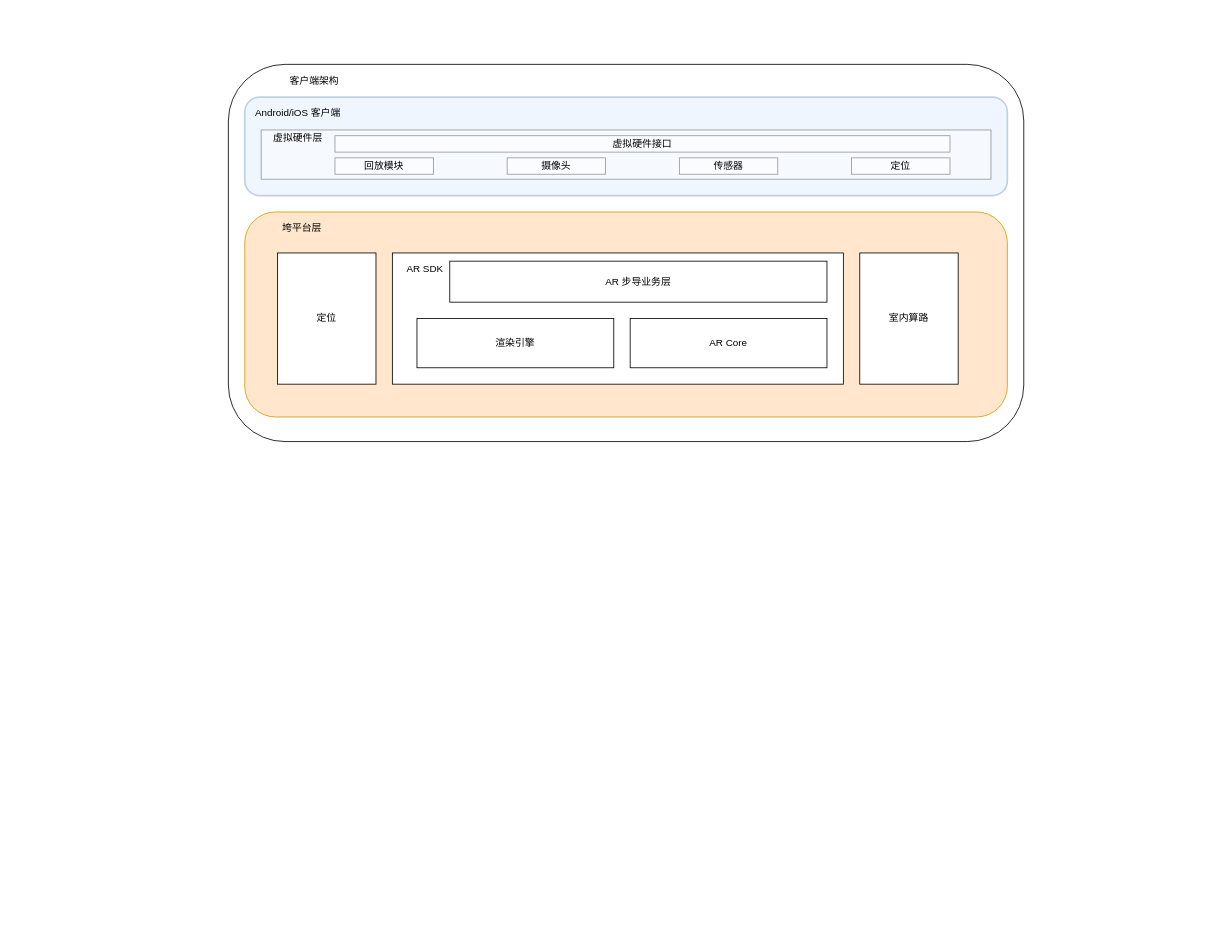
Above: page "Page-1" (1 of 2) of AR 客户端架构.drawio in wangziji/graphics (draw.io), before the change. Source tidied: cells renumbered, new cells numbered last; positions are measured from the earlier drawing's top-left corner, leaving out a move shared by most shapes. Both pictures are drawn from the tidied source at 82%, with x=0, y=0 at pixel (220, 64).
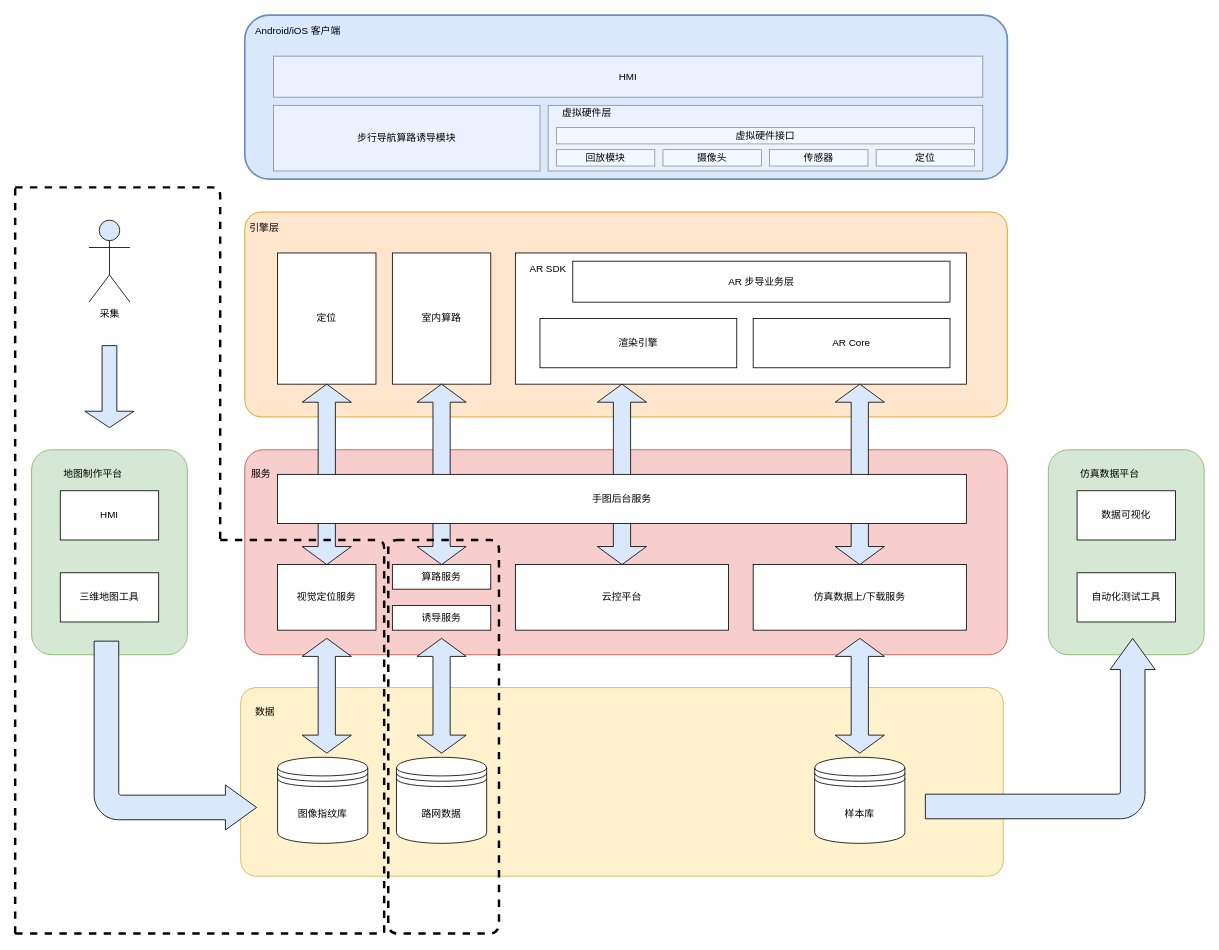
Above is the later version.

Commit message:
Update AR 客户端架构.drawio

What changed in the source:
```diff
@@
-    <mxCell id="2" style="rounded=1;whiteSpace=wrap;html=1;" parent="1" vertex="1">
-      <mxGeometry x="10" width="970" height="460" as="geometry" />
-    </mxCell>
-    <mxCell id="3" style="rounded=1;whiteSpace=wrap;html=1;strokeWidth=2;opacity=40;fillColor=#dae8fc;strokeColor=#6c8ebf;" parent="1" vertex="1">
-      <mxGeometry x="30" y="40" width="930" height="120" as="geometry" />
-    </mxCell>
-    <mxCell id="4" style="rounded=1;whiteSpace=wrap;html=1;fillColor=#ffe6cc;strokeColor=#d79b00;" parent="1" vertex="1">
+    <mxCell id="4" style="rounded=1;whiteSpace=wrap;html=1;fillColor=#ffe6cc;strokeColor=#d79b00;arcSize=8;" parent="1" vertex="1">
       <mxGeometry x="30" y="180" width="930" height="250" as="geometry" />
     </mxCell>
+    <mxCell id="10" value="定位" style="rounded=0;whiteSpace=wrap;html=1;" parent="1" vertex="1">
+      <mxGeometry x="70" y="230" width="120" height="160" as="geometry" />
+    </mxCell>
+    <mxCell id="11" value="室内算路" style="rounded=0;whiteSpace=wrap;html=1;" parent="1" vertex="1">
+      <mxGeometry x="210" y="230" width="120" height="160" as="geometry" />
+    </mxCell>
+    <mxCell id="12" value="引擎层" style="text;html=1;strokeColor=none;fillColor=none;align=center;verticalAlign=middle;whiteSpace=wrap;rounded=0;" parent="1" vertex="1">
+      <mxGeometry x="34" y="190" width="40" height="20" as="geometry" />
+    </mxCell>
+    <mxCell id="22" style="group;" parent="1" vertex="1">
+      <mxGeometry x="360" y="230" width="550" height="160" as="geometry" />
+    </mxCell>
-    <mxCell id="5" style="rounded=0;whiteSpace=wrap;html=1;" parent="1" vertex="1">
-      <mxGeometry x="210" y="230" width="550" height="160" as="geometry" />
+    <mxCell id="5" style="rounded=0;whiteSpace=wrap;html=1;" parent="22" vertex="1">
+      <mxGeometry width="550" height="160" as="geometry" />
     </mxCell>
-    <mxCell id="6" value="AR SDK" style="text;html=1;strokeColor=none;fillColor=none;align=center;verticalAlign=middle;whiteSpace=wrap;rounded=0;" parent="1" vertex="1">
-      <mxGeometry x="220" y="240" width="60" height="20" as="geometry" />
+    <mxCell id="6" value="AR SDK" style="text;html=1;strokeColor=none;fillColor=none;align=center;verticalAlign=middle;whiteSpace=wrap;rounded=0;" parent="22" vertex="1">
+      <mxGeometry x="10" y="10" width="60" height="20" as="geometry" />
     </mxCell>
-    <mxCell id="7" value="AR 步导业务层" style="rounded=0;whiteSpace=wrap;html=1;" parent="1" vertex="1">
-      <mxGeometry x="280" y="240" width="460" height="50" as="geometry" />
+    <mxCell id="7" value="AR 步导业务层" style="rounded=0;whiteSpace=wrap;html=1;" parent="22" vertex="1">
+      <mxGeometry x="70" y="10" width="460" height="50" as="geometry" />
     </mxCell>
-    <mxCell id="8" value="渲染引擎" style="rounded=0;whiteSpace=wrap;html=1;" parent="1" vertex="1">
-      <mxGeometry x="240" y="310" width="240" height="60" as="geometry" />
+    <mxCell id="8" value="渲染引擎" style="rounded=0;whiteSpace=wrap;html=1;" parent="22" vertex="1">
+      <mxGeometry x="30" y="80" width="240" height="60" as="geometry" />
     </mxCell>
-    <mxCell id="9" value="AR Core" style="rounded=0;whiteSpace=wrap;html=1;" parent="1" vertex="1">
-      <mxGeometry x="500" y="310" width="240" height="60" as="geometry" />
+    <mxCell id="9" value="AR Core" style="rounded=0;whiteSpace=wrap;html=1;" parent="22" vertex="1">
+      <mxGeometry x="290" y="80" width="240" height="60" as="geometry" />
     </mxCell>
-    <mxCell id="10" value="定位" style="rounded=0;whiteSpace=wrap;html=1;" parent="1" vertex="1">
-      <mxGeometry x="70" y="230" width="120" height="160" as="geometry" />
-    </mxCell>
-    <mxCell id="11" value="室内算路" style="rounded=0;whiteSpace=wrap;html=1;" parent="1" vertex="1">
-      <mxGeometry x="780" y="230" width="120" height="160" as="geometry" />
-    </mxCell>
-    <mxCell id="12" value="垮平台层" style="text;html=1;strokeColor=none;fillColor=none;align=center;verticalAlign=middle;whiteSpace=wrap;rounded=0;" parent="1" vertex="1">
-      <mxGeometry x="70" y="190" width="60" height="20" as="geometry" />
-    </mxCell>
-    <mxCell id="13" value="客户端架构" style="text;html=1;strokeColor=none;fillColor=none;align=center;verticalAlign=middle;whiteSpace=wrap;rounded=0;" parent="1" vertex="1">
-      <mxGeometry x="70" y="10" width="90" height="20" as="geometry" />
-    </mxCell>
+    <mxCell id="23" style="rounded=1;whiteSpace=wrap;html=1;fillColor=#f8cecc;arcSize=9;strokeColor=#b85450;" parent="1" vertex="1">
+      <mxGeometry x="30" y="470" width="930" height="250" as="geometry" />
+    </mxCell>
+    <mxCell id="24" value="服务" style="text;html=1;strokeColor=none;fillColor=none;align=center;verticalAlign=middle;whiteSpace=wrap;rounded=0;" parent="1" vertex="1">
+      <mxGeometry x="30" y="490" width="40" height="20" as="geometry" />
+    </mxCell>
+    <mxCell id="25" value="视觉定位服务" style="rounded=0;whiteSpace=wrap;html=1;" parent="1" vertex="1">
+      <mxGeometry x="70" y="610" width="120" height="80" as="geometry" />
+    </mxCell>
+    <mxCell id="26" value="算路服务" style="rounded=0;whiteSpace=wrap;html=1;" parent="1" vertex="1">
+      <mxGeometry x="210" y="610" width="120" height="30" as="geometry" />
+    </mxCell>
+    <mxCell id="27" value="诱导服务" style="rounded=0;whiteSpace=wrap;html=1;" parent="1" vertex="1">
+      <mxGeometry x="210" y="660" width="120" height="30" as="geometry" />
+    </mxCell>
+    <mxCell id="28" value="仿真数据上/下载服务" style="rounded=0;whiteSpace=wrap;html=1;" parent="1" vertex="1">
+      <mxGeometry x="650" y="610" width="260" height="80" as="geometry" />
+    </mxCell>
+    <mxCell id="29" value="云控平台" style="rounded=0;whiteSpace=wrap;html=1;" parent="1" vertex="1">
+      <mxGeometry x="360" y="610" width="260" height="80" as="geometry" />
+    </mxCell>
+    <mxCell id="30" style="rounded=1;whiteSpace=wrap;html=1;fillColor=#fff2cc;arcSize=8;strokeColor=#d6b656;" parent="1" vertex="1">
+      <mxGeometry x="25" y="760" width="930" height="230" as="geometry" />
+    </mxCell>
+    <mxCell id="31" value="数据" style="text;html=1;strokeColor=none;fillColor=none;align=center;verticalAlign=middle;whiteSpace=wrap;rounded=0;" parent="1" vertex="1">
+      <mxGeometry x="35" y="780" width="40" height="20" as="geometry" />
+    </mxCell>
+    <mxCell id="32" value="图像指纹库" style="shape=datastore;whiteSpace=wrap;html=1;" parent="1" vertex="1">
+      <mxGeometry x="70" y="845" width="110" height="105" as="geometry" />
+    </mxCell>
+    <mxCell id="33" value="路网数据" style="shape=datastore;whiteSpace=wrap;html=1;" parent="1" vertex="1">
+      <mxGeometry x="215" y="845" width="110" height="105" as="geometry" />
+    </mxCell>
+    <mxCell id="34" value="样本库" style="shape=datastore;whiteSpace=wrap;html=1;" parent="1" vertex="1">
+      <mxGeometry x="725" y="845" width="110" height="105" as="geometry" />
+    </mxCell>
+    <mxCell id="35" style="rounded=1;whiteSpace=wrap;html=1;strokeColor=#82b366;fillColor=#d5e8d4;arcSize=13;" parent="1" vertex="1">
+      <mxGeometry x="-230" y="470" width="190" height="250" as="geometry" />
+    </mxCell>
+    <mxCell id="36" value="地图制作平台" style="text;html=1;strokeColor=none;fillColor=none;align=center;verticalAlign=middle;whiteSpace=wrap;rounded=0;" parent="1" vertex="1">
+      <mxGeometry x="-195" y="490" width="80" height="20" as="geometry" />
+    </mxCell>
+    <mxCell id="37" value="HMI" style="rounded=0;whiteSpace=wrap;html=1;" parent="1" vertex="1">
+      <mxGeometry x="-195" y="520" width="120" height="60" as="geometry" />
+    </mxCell>
+    <mxCell id="38" value="三维地图工具" style="rounded=0;whiteSpace=wrap;html=1;" parent="1" vertex="1">
+      <mxGeometry x="-195" y="620" width="120" height="60" as="geometry" />
+    </mxCell>
+    <mxCell id="39" value="采集" style="shape=umlActor;verticalLabelPosition=bottom;labelBackgroundColor=#ffffff;verticalAlign=top;html=1;strokeColor=#000000;fillColor=#DAE8FC;" parent="1" vertex="1">
+      <mxGeometry x="-160" y="190" width="50" height="100" as="geometry" />
+    </mxCell>
+    <mxCell id="40" style="rounded=1;whiteSpace=wrap;html=1;strokeColor=#82b366;fillColor=#d5e8d4;arcSize=13;" parent="1" vertex="1">
+      <mxGeometry x="1010" y="470" width="190" height="250" as="geometry" />
+    </mxCell>
+    <mxCell id="41" value="仿真数据平台" style="text;html=1;strokeColor=none;fillColor=none;align=center;verticalAlign=middle;whiteSpace=wrap;rounded=0;" parent="1" vertex="1">
+      <mxGeometry x="1045" y="490" width="80" height="20" as="geometry" />
+    </mxCell>
+    <mxCell id="42" value="数据可视化" style="rounded=0;whiteSpace=wrap;html=1;" parent="1" vertex="1">
+      <mxGeometry x="1045" y="520" width="120" height="60" as="geometry" />
+    </mxCell>
+    <mxCell id="43" value="自动化测试工具" style="rounded=0;whiteSpace=wrap;html=1;" parent="1" vertex="1">
+      <mxGeometry x="1045" y="620" width="120" height="60" as="geometry" />
+    </mxCell>
+    <mxCell id="44" style="html=1;shadow=0;dashed=0;align=center;verticalAlign=middle;shape=mxgraph.arrows2.twoWayArrow;dy=0.65;dx=22;strokeColor=#000000;fillColor=#DAE8FC;rotation=90;" parent="1" vertex="1">
+      <mxGeometry x="20" y="470" width="220" height="60" as="geometry" />
+    </mxCell>
+    <mxCell id="45" style="html=1;shadow=0;dashed=0;align=center;verticalAlign=middle;shape=mxgraph.arrows2.twoWayArrow;dy=0.65;dx=22;strokeColor=#000000;fillColor=#DAE8FC;rotation=90;" parent="1" vertex="1">
+      <mxGeometry x="160" y="470" width="220" height="60" as="geometry" />
+    </mxCell>
+    <mxCell id="46" style="html=1;shadow=0;dashed=0;align=center;verticalAlign=middle;shape=mxgraph.arrows2.twoWayArrow;dy=0.65;dx=22;strokeColor=#000000;fillColor=#DAE8FC;rotation=90;" parent="1" vertex="1">
+      <mxGeometry x="380" y="470" width="220" height="60" as="geometry" />
+    </mxCell>
+    <mxCell id="47" style="html=1;shadow=0;dashed=0;align=center;verticalAlign=middle;shape=mxgraph.arrows2.twoWayArrow;dy=0.65;dx=22;strokeColor=#000000;fillColor=#DAE8FC;rotation=90;" parent="1" vertex="1">
+      <mxGeometry x="670" y="470" width="220" height="60" as="geometry" />
+    </mxCell>
+    <mxCell id="48" value="手图后台服务" style="rounded=0;whiteSpace=wrap;html=1;" parent="1" vertex="1">
+      <mxGeometry x="70" y="500" width="840" height="60" as="geometry" />
+    </mxCell>
+    <mxCell id="49" style="html=1;shadow=0;dashed=0;align=center;verticalAlign=middle;shape=mxgraph.arrows2.twoWayArrow;dy=0.65;dx=22;strokeColor=#000000;fillColor=#DAE8FC;rotation=90;" parent="1" vertex="1">
+      <mxGeometry x="710" y="740" width="140" height="60" as="geometry" />
+    </mxCell>
+    <mxCell id="50" style="html=1;shadow=0;dashed=0;align=center;verticalAlign=middle;shape=mxgraph.arrows2.twoWayArrow;dy=0.65;dx=22;strokeColor=#000000;fillColor=#DAE8FC;rotation=90;" parent="1" vertex="1">
+      <mxGeometry x="200" y="740" width="140" height="60" as="geometry" />
+    </mxCell>
+    <mxCell id="51" style="html=1;shadow=0;dashed=0;align=center;verticalAlign=middle;shape=mxgraph.arrows2.twoWayArrow;dy=0.65;dx=22;strokeColor=#000000;fillColor=#DAE8FC;rotation=90;" parent="1" vertex="1">
+      <mxGeometry x="60" y="740" width="140" height="60" as="geometry" />
+    </mxCell>
+    <mxCell id="52" style="shape=singleArrow;direction=west;whiteSpace=wrap;html=1;strokeColor=#000000;fillColor=#DAE8FC;rotation=-90;" parent="1" vertex="1">
+      <mxGeometry x="-185" y="363" width="100" height="60" as="geometry" />
+    </mxCell>
+    <mxCell id="53" style="html=1;shadow=0;dashed=0;align=center;verticalAlign=middle;shape=mxgraph.arrows2.bendArrow;dy=15;dx=38;notch=0;arrowHead=55;rounded=1;strokeColor=#000000;fillColor=#DAE8FC;rotation=90;direction=north;flipH=1;" parent="1" vertex="1">
+      <mxGeometry x="-169.8" y="719.5" width="230.3" height="198.1" as="geometry" />
+    </mxCell>
+    <mxCell id="54" style="html=1;shadow=0;dashed=0;align=center;verticalAlign=middle;shape=mxgraph.arrows2.bendArrow;dy=15;dx=38;notch=0;arrowHead=55;rounded=1;strokeColor=#000000;fillColor=#DAE8FC;rotation=0;direction=north;flipH=1;" parent="1" vertex="1">
+      <mxGeometry x="860" y="700" width="280.3" height="220" as="geometry" />
+    </mxCell>
+    <mxCell id="55" style="endArrow=none;dashed=1;html=1;strokeWidth=3;" parent="1" edge="1">
+      <mxGeometry relative="1" as="geometry">
+        <mxPoint y="580" as="sourcePoint" />
+        <mxPoint x="200" y="1060" as="targetPoint" />
+        <Array as="points">
+          <mxPoint x="200" y="580" />
+        </Array>
+      </mxGeometry>
+    </mxCell>
+    <mxCell id="56" style="endArrow=none;dashed=1;html=1;strokeWidth=3;" parent="1" edge="1">
+      <mxGeometry relative="1" as="geometry">
+        <mxPoint x="-250" y="150" as="sourcePoint" />
+        <mxPoint y="580" as="targetPoint" />
+        <Array as="points">
+          <mxPoint y="150" />
+        </Array>
+      </mxGeometry>
+    </mxCell>
+    <mxCell id="57" style="endArrow=none;dashed=1;html=1;strokeWidth=3;" parent="1" edge="1">
+      <mxGeometry relative="1" as="geometry">
+        <mxPoint x="-250" y="1060" as="sourcePoint" />
+        <mxPoint x="-250" y="150" as="targetPoint" />
+      </mxGeometry>
+    </mxCell>
+    <mxCell id="58" style="endArrow=none;dashed=1;html=1;strokeWidth=3;" parent="1" edge="1">
+      <mxGeometry relative="1" as="geometry">
+        <mxPoint x="-250" y="1060" as="sourcePoint" />
+        <mxPoint x="200" y="1060" as="targetPoint" />
+      </mxGeometry>
+    </mxCell>
+    <mxCell id="59" style="rounded=1;whiteSpace=wrap;html=1;strokeColor=#000000;fillColor=none;dashed=1;strokeWidth=3;arcSize=8;" parent="1" vertex="1">
+      <mxGeometry x="205" y="580" width="135" height="480" as="geometry" />
+    </mxCell>
+    <mxCell id="3" style="rounded=1;whiteSpace=wrap;html=1;strokeWidth=2;fillColor=#DAE8FC;strokeColor=#6c8ebf;" parent="1" vertex="1">
+      <mxGeometry x="30" y="-60" width="930" height="200" as="geometry" />
+    </mxCell>
     <mxCell id="14" value="Android/iOS 客户端" style="text;html=1;strokeColor=none;fillColor=none;align=center;verticalAlign=middle;whiteSpace=wrap;rounded=0;" parent="1" vertex="1">
-      <mxGeometry y="50" width="190" height="20" as="geometry" />
+      <mxGeometry x="40" y="-50" width="110" height="20" as="geometry" />
     </mxCell>
+    <mxCell id="60" value="步行导航算路诱导模块" style="rounded=0;whiteSpace=wrap;html=1;strokeWidth=1;opacity=40;" parent="1" vertex="1">
+      <mxGeometry x="65" y="50" width="325" height="80" as="geometry" />
+    </mxCell>
     <mxCell id="15" style="rounded=0;whiteSpace=wrap;html=1;strokeWidth=1;opacity=40;" parent="1" vertex="1">
-      <mxGeometry x="50" y="80" width="890" height="60" as="geometry" />
+      <mxGeometry x="400" y="50" width="530" height="80" as="geometry" />
     </mxCell>
     <mxCell id="16" value="虚拟硬件层" style="text;html=1;strokeColor=none;fillColor=none;align=center;verticalAlign=middle;whiteSpace=wrap;rounded=0;opacity=40;" parent="1" vertex="1">
-      <mxGeometry x="25" y="80" width="140" height="20" as="geometry" />
+      <mxGeometry x="410" y="50" width="75" height="20" as="geometry" />
     </mxCell>
     <mxCell id="17" value="虚拟硬件接口" style="rounded=0;whiteSpace=wrap;html=1;strokeWidth=1;opacity=40;" parent="1" vertex="1">
-      <mxGeometry x="140" y="87" width="750" height="20" as="geometry" />
+      <mxGeometry x="410" y="77" width="510" height="20" as="geometry" />
     </mxCell>
     <mxCell id="18" value="回放模块" style="rounded=0;whiteSpace=wrap;html=1;strokeWidth=1;opacity=40;" parent="1" vertex="1">
-      <mxGeometry x="140" y="114" width="120" height="20" as="geometry" />
+      <mxGeometry x="410" y="104" width="120" height="20" as="geometry" />
     </mxCell>
     <mxCell id="19" value="摄像头" style="rounded=0;whiteSpace=wrap;html=1;strokeWidth=1;opacity=40;" parent="1" vertex="1">
-      <mxGeometry x="350" y="114" width="120" height="20" as="geometry" />
+      <mxGeometry x="540" y="104" width="120" height="20" as="geometry" />
     </mxCell>
     <mxCell id="20" value="传感器" style="rounded=0;whiteSpace=wrap;html=1;strokeWidth=1;opacity=40;" parent="1" vertex="1">
-      <mxGeometry x="560" y="114" width="120" height="20" as="geometry" />
+      <mxGeometry x="670" y="104" width="120" height="20" as="geometry" />
     </mxCell>
     <mxCell id="21" value="定位" style="rounded=0;whiteSpace=wrap;html=1;strokeWidth=1;opacity=40;" parent="1" vertex="1">
-      <mxGeometry x="770" y="114" width="120" height="20" as="geometry" />
+      <mxGeometry x="800" y="104" width="120" height="20" as="geometry" />
     </mxCell>
+    <mxCell id="61" value="HMI" style="rounded=0;whiteSpace=wrap;html=1;strokeWidth=1;opacity=40;" parent="1" vertex="1">
+      <mxGeometry x="65" y="-10" width="865" height="50" as="geometry" />
+    </mxCell>
```
